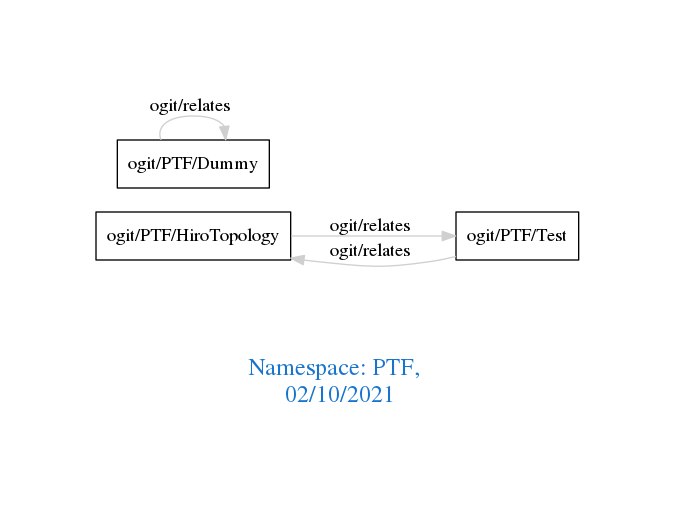
Earlier version of the Graphviz export downloads/PTF.png (arago/OGIT). Its source is kept beside it as downloads/PTF.dot.
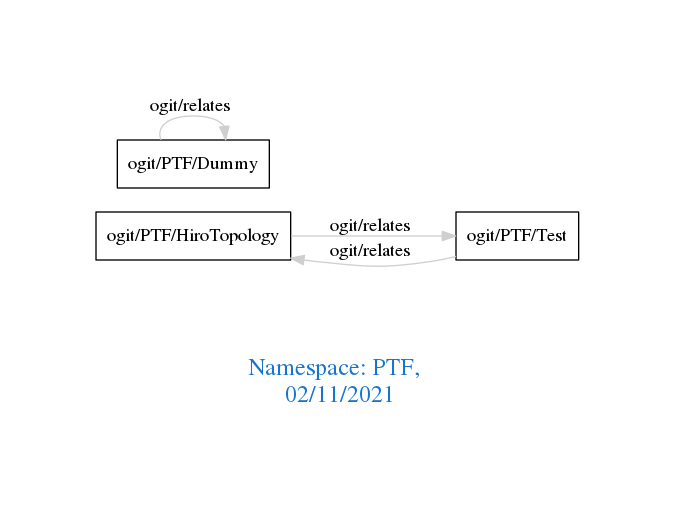
After the commit.

The edit, as a diff of the source:
```diff
@@ -1,7 +1,7 @@
 digraph OGIT_ontology {
  graph [ rankdir= LR,pad=1
 fontsize = 18,
-fontcolor= dodgerblue3,label = "\n\n\nNamespace: PTF, \n 02/10/2021"];
+fontcolor= dodgerblue3,label = "\n\n\nNamespace: PTF, \n 02/11/2021"];
 node[shape=polygon];
 edge [  color="gray81"];
 
```
